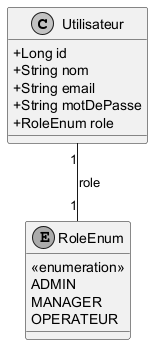
Earlier version of the PlantUML export Rapport/diagrams/sprint1_classes.png (ayoubmek/PFE_data_science). The source it was exported from:
```plantuml
@startuml
skinparam monochrome true
skinparam shadowing false
skinparam classAttributeIconSize 0
skinparam fontName "Arial"
skinparam fontSize 12

class Utilisateur {
    + Long id
    + String nom
    + String email
    + String motDePasse
    + RoleEnum role
}

enum RoleEnum {
    <<enumeration>>
    ADMIN
    MANAGER
    OPERATEUR
}

Utilisateur "1" -- "1" RoleEnum : role
@enduml
```
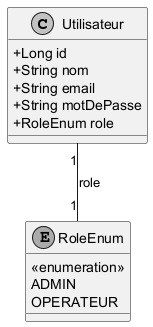
The same file after the commit.

Change to the diagram source:
```diff
@@ -16,7 +16,6 @@
 enum RoleEnum {
     <<enumeration>>
     ADMIN
-    MANAGER
     OPERATEUR
 }
 
```
